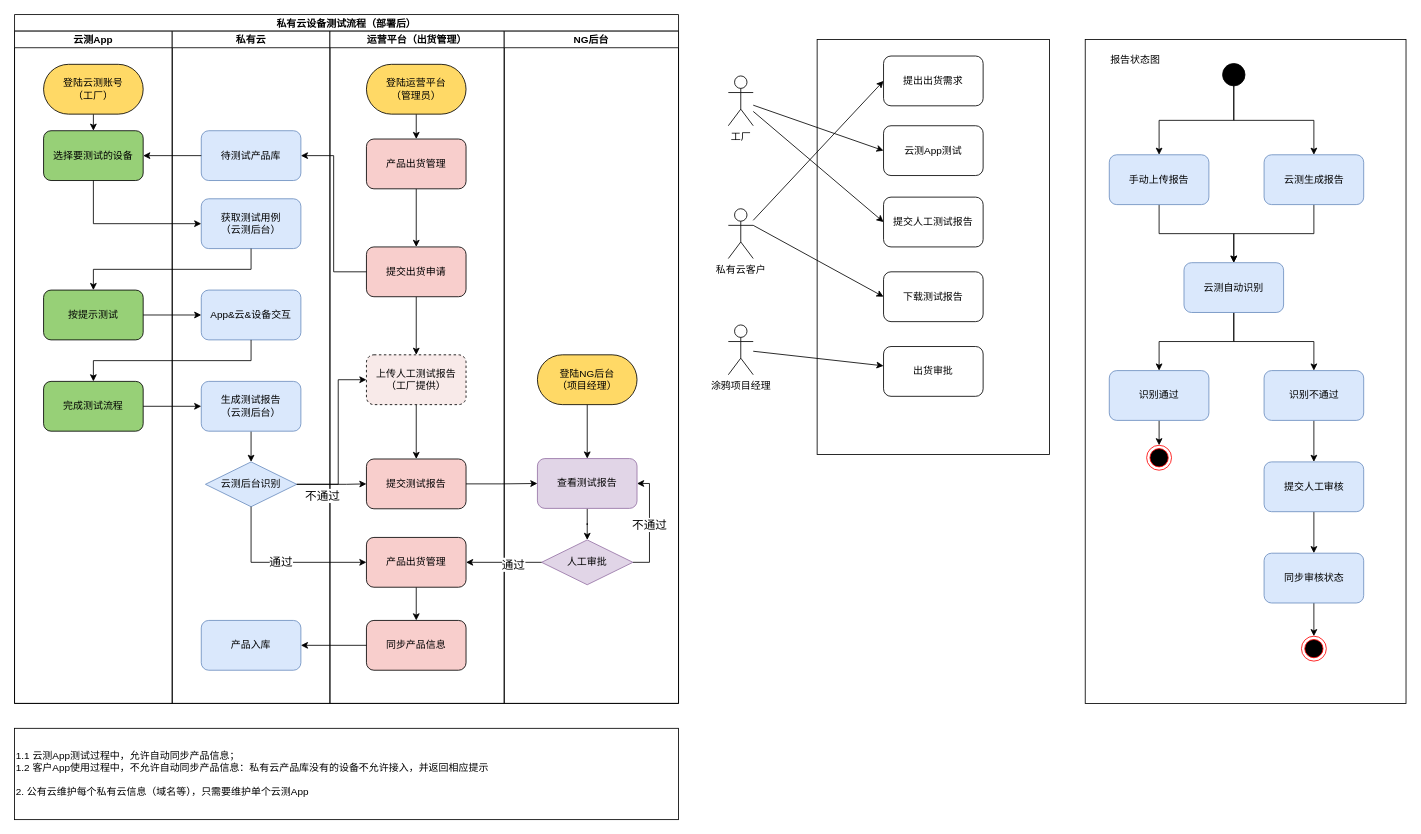
This is page "出货流程" (4 of 4) of Cube_workflow.drawio from Sidamor/drawio, a draw.io file, before an edit. Source tidied: cells renumbered, new cells numbered last; positions are measured from the earlier drawing's top-left corner, leaving out a move shared by most shapes. Both pictures are drawn from the tidied source at 83%, with x=0, y=0 at pixel (14, 14).
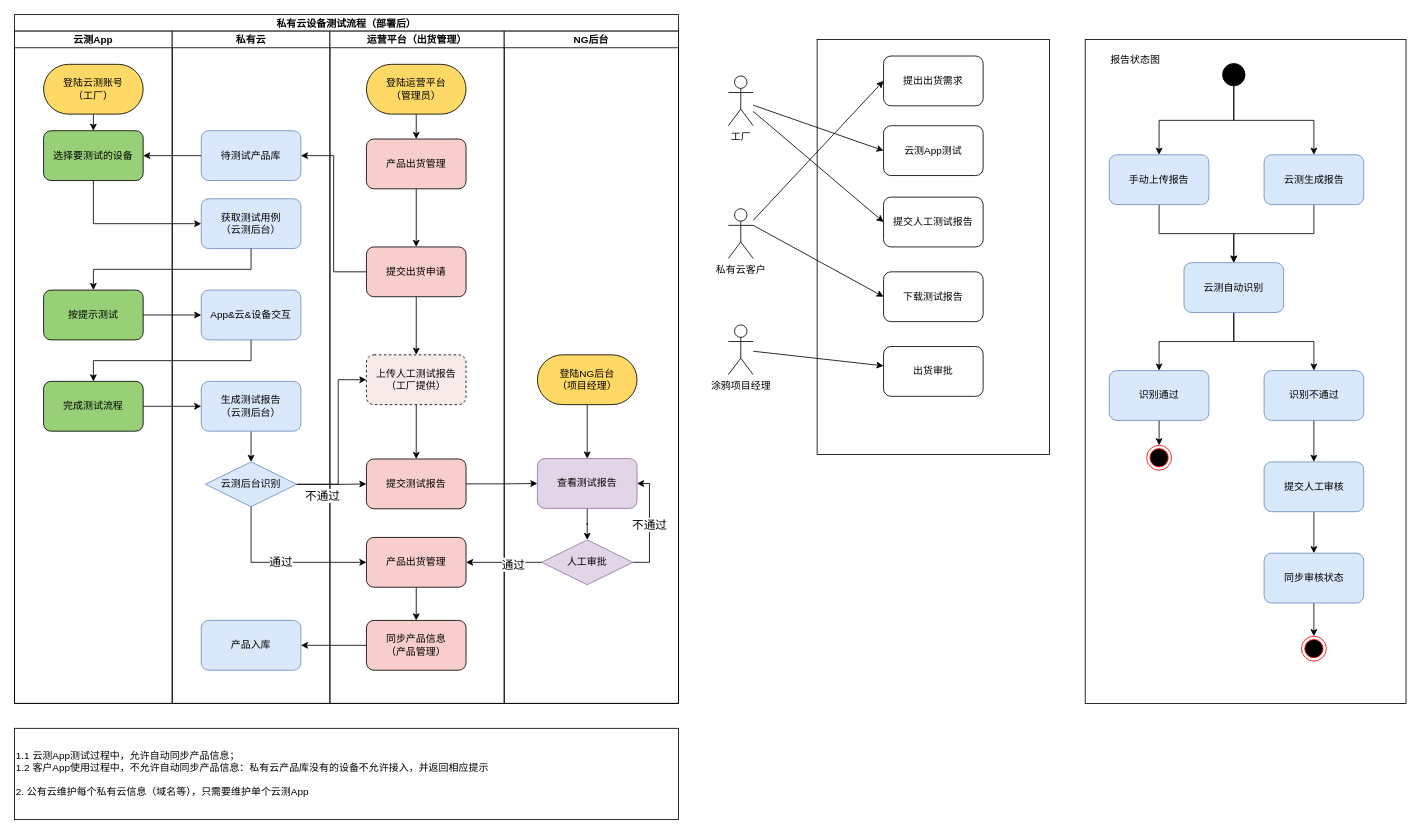
After the change.

Unchanged cells that the change refers to:
```xml
<mxCell id="33" value="运营平台（出货管理）" style="swimlane;startSize=20;" parent="18" vertex="1">
  <mxGeometry x="380" y="20" width="210" height="810" as="geometry" />
</mxCell>
```

Change to the diagram source:
```diff
@@
-    <mxCell id="41" value="同步产品信息" style="rounded=1;whiteSpace=wrap;html=1;fillColor=#F8CECC;" parent="33" vertex="1">
+    <mxCell id="41" value="同步产品信息&lt;br&gt;（产品管理）" style="rounded=1;whiteSpace=wrap;html=1;fillColor=#F8CECC;" parent="33" vertex="1">
       <mxGeometry x="44" y="710" width="120" height="60" as="geometry" />
     </mxCell>
```
